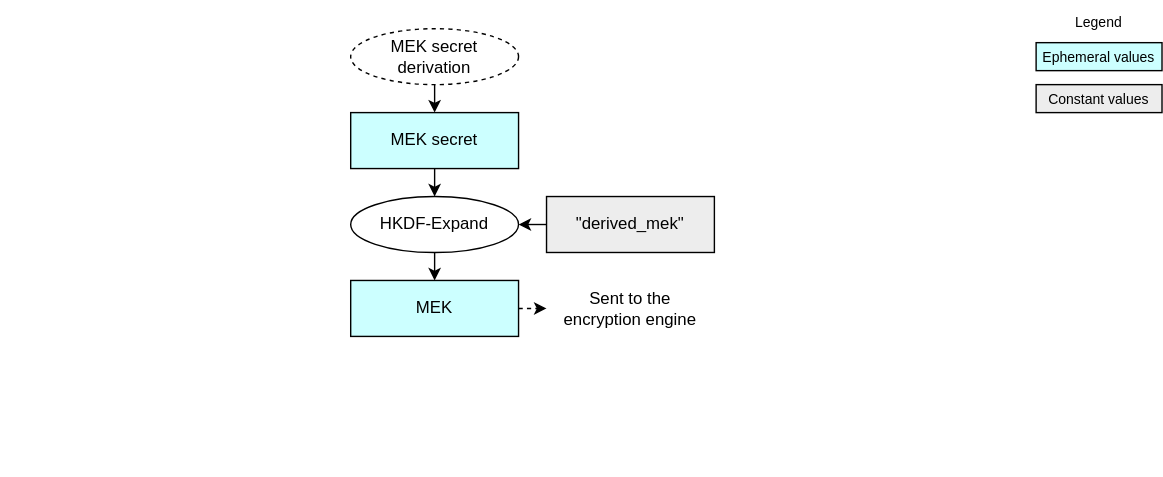
The draw.io diagram doc/ocp_lock/diagrams/mek_derive.drawio.svg in chipsalliance/Caliptra, before a commit. Source tidied: cells renumbered, new cells last; positions are measured from the earlier drawing's top-left corner, leaving out a move shared by most shapes.
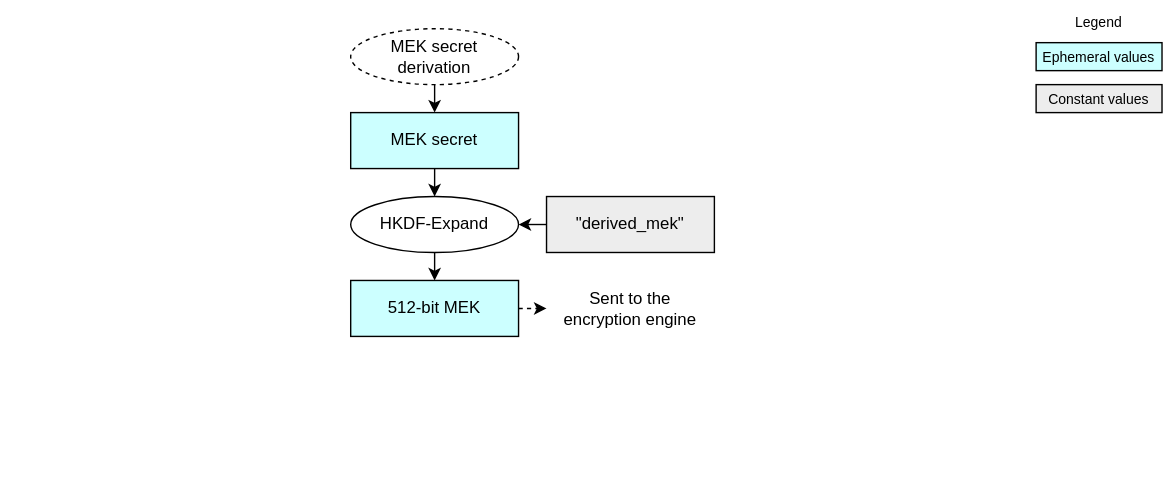
Above is the later version.

The edit, as a diff of the source:
```diff
@@ -11,7 +11,7 @@
     <mxCell id="4" style="edgeStyle=none;html=1;exitX=0.5;exitY=1;exitDx=0;exitDy=0;entryX=0.5;entryY=0;entryDx=0;entryDy=0;" parent="1" edge="1" source="7" target="5">
       <mxGeometry relative="1" as="geometry" />
     </mxCell>
-    <mxCell id="5" value="&lt;div&gt;&lt;font color=&quot;#000000&quot;&gt;MEK&lt;/font&gt;&lt;/div&gt;" style="rounded=0;whiteSpace=wrap;html=1;align=center;verticalAlign=middle;shadow=0;glass=0;spacingLeft=0;spacingBottom=0;spacingTop=0;fillColor=#CCFFFF;" parent="1" vertex="1">
+    <mxCell id="5" value="&lt;div&gt;&lt;font color=&quot;#000000&quot;&gt;512-bit MEK&lt;/font&gt;&lt;/div&gt;" style="rounded=0;whiteSpace=wrap;html=1;align=center;verticalAlign=middle;shadow=0;glass=0;spacingLeft=0;spacingBottom=0;spacingTop=0;fillColor=#CCFFFF;" parent="1" vertex="1">
       <mxGeometry x="250" y="200" width="120" height="40" as="geometry" />
     </mxCell>
     <mxCell id="6" style="edgeStyle=orthogonalEdgeStyle;endArrow=classic;html=1;rounded=0;endSize=6;startSize=6;exitX=0.5;exitY=1;exitDx=0;exitDy=0;entryX=0.5;entryY=0;entryDx=0;entryDy=0;" parent="1" edge="1" source="10" target="7">
```
